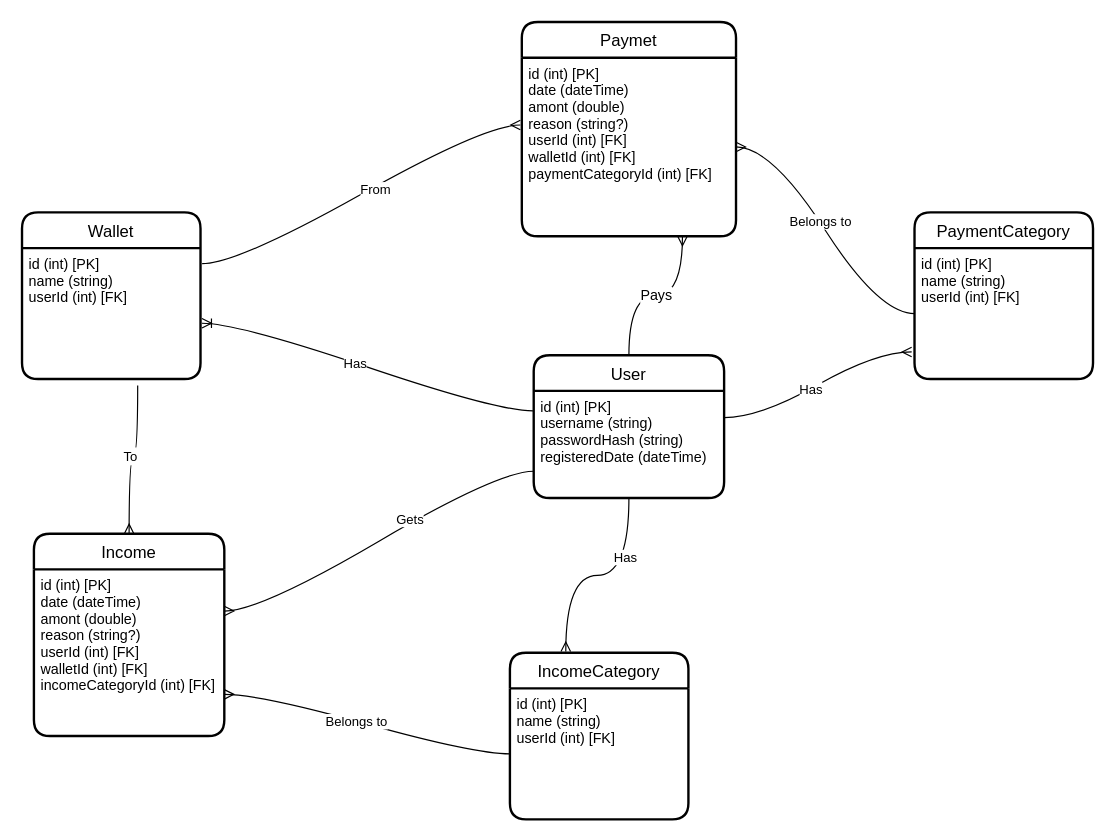
Above: Data Model/Logical model.drawio in Shukridozom/Personal_Money_Tracker (draw.io), before the change. Source tidied: cells renumbered, new cells numbered last; positions are measured from the earlier drawing's top-left corner, leaving out a move shared by most shapes. Both pictures are drawn from the tidied source at 119%, with x=0, y=0 at pixel (21, 21).
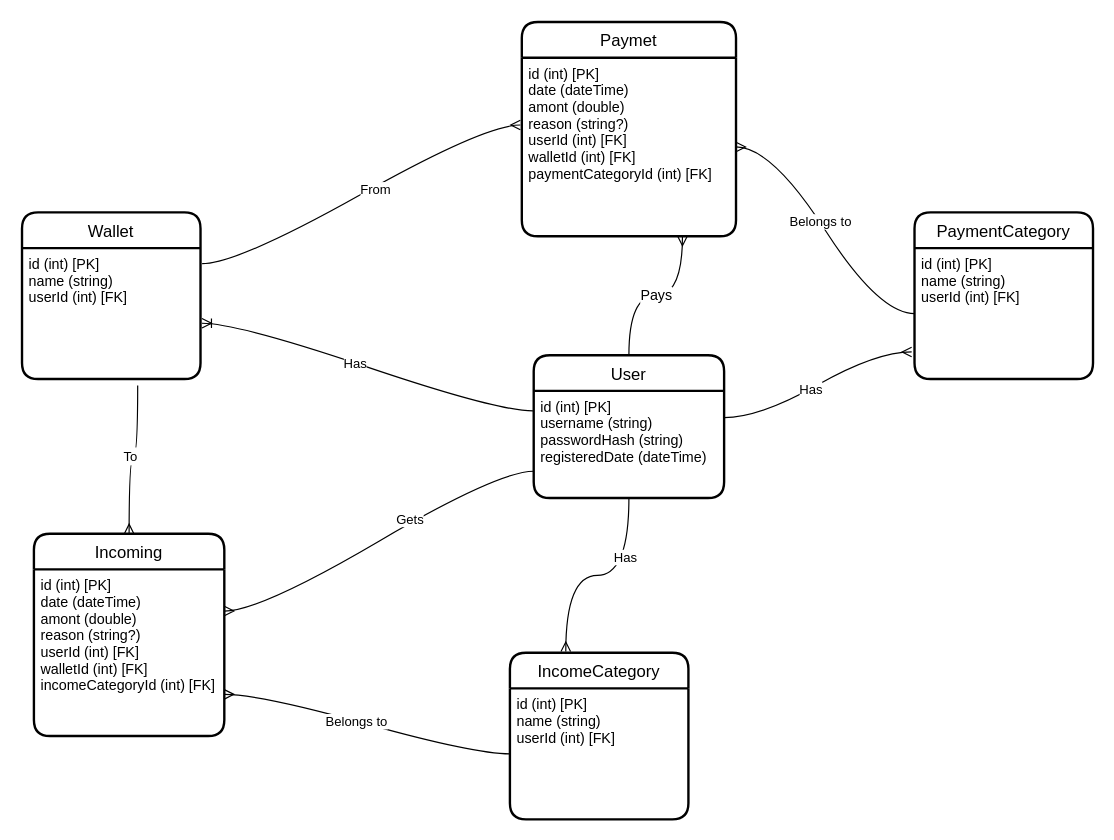
The same page after the edit.

The edit, as a diff of the source:
```diff
@@
-    <mxCell id="4" value="Income" style="swimlane;horizontal=1;startSize=30;rounded=1;fontSize=14;fontStyle=0;strokeWidth=2;shadow=0;dashed=0;align=center;" parent="1" vertex="1">
+    <mxCell id="4" value="Incoming" style="swimlane;horizontal=1;startSize=30;rounded=1;fontSize=14;fontStyle=0;strokeWidth=2;shadow=0;dashed=0;align=center;" parent="1" vertex="1">
       <mxGeometry x="10" y="430" width="160" height="170" as="geometry" />
     </mxCell>
```
